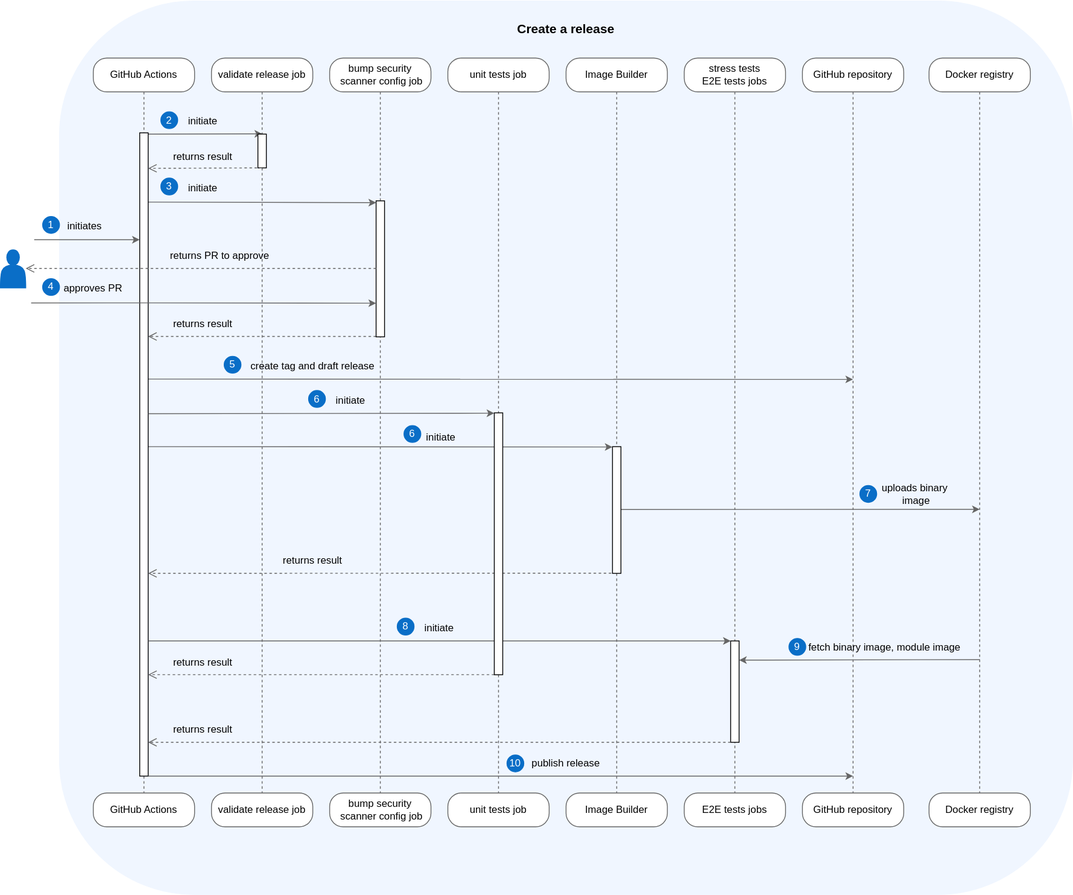
The draw.io diagram docs/assets/release-with-version-submit.drawio.svg in kyma-project/btp-manager, before a commit. Source tidied: cells renumbered, new cells last; positions are measured from the earlier drawing's top-left corner, leaving out a move shared by most shapes.
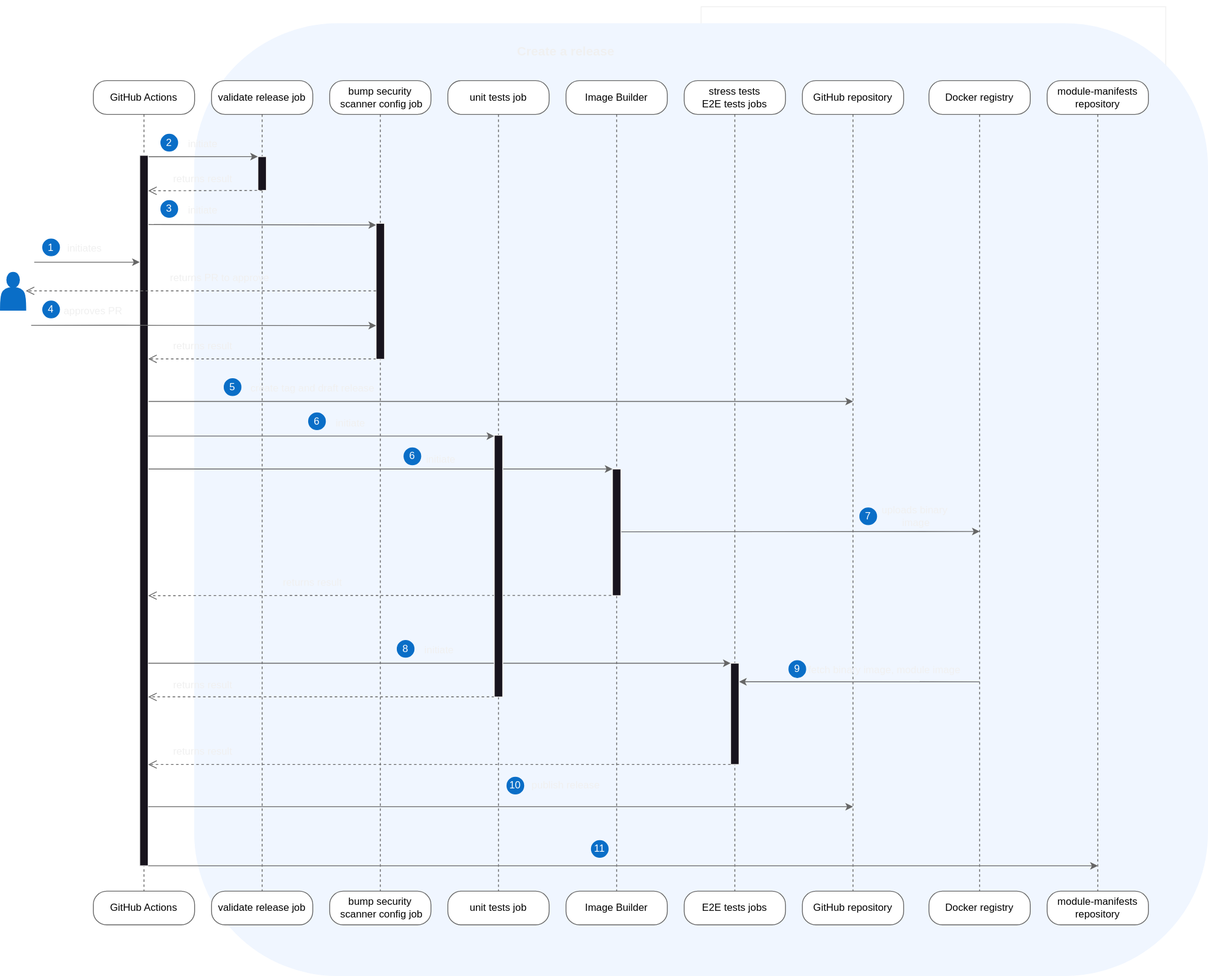
Later version of the same file.

What changed in the source:
```diff
@@ -2,8 +2,13 @@
   <root>
     <mxCell id="0" />
     <mxCell id="1" parent="0" />
+    <mxCell id="80" style="edgeStyle=orthogonalEdgeStyle;rounded=0;jettySize=auto;html=1;" parent="1" edge="1" source="2">
+      <mxGeometry relative="1" as="geometry">
+        <mxPoint x="1380" y="529.2" as="targetPoint" />
+      </mxGeometry>
+    </mxCell>
     <mxCell id="2" style="rounded=1;whiteSpace=wrap;html=1;fillColor=#f0f6ff;strokeColor=#f0f6ff;verticalAlign=bottom;" parent="1" vertex="1">
-      <mxGeometry x="70" y="0.5" width="1200" height="1057.5" as="geometry" />
+      <mxGeometry x="230" y="0.5" width="1200" height="1127.5" as="geometry" />
     </mxCell>
     <mxCell id="3" style="edgeStyle=orthogonalEdgeStyle;html=1;verticalAlign=bottom;endArrow=none;endSize=8;strokeColor=#666666;rounded=1;endFill=0;dashed=1;entryX=0.5;entryY=0;entryDx=0;entryDy=0;" parent="1" edge="1" source="7" target="8">
       <mxGeometry relative="1" as="geometry" />
@@ -15,19 +20,19 @@
       <mxGeometry x="110" y="68" width="120" height="40" as="geometry" />
     </mxCell>
     <mxCell id="6" value="GitHub Actions" style="rounded=1;whiteSpace=wrap;html=1;arcSize=40;fontColor=#000000;fillColor=#FFFFFF;strokeColor=#666666;" parent="1" vertex="1">
-      <mxGeometry x="110" y="938" width="120" height="40" as="geometry" />
+      <mxGeometry x="110" y="1028" width="120" height="40" as="geometry" />
     </mxCell>
     <mxCell id="7" value="unit tests job" style="rounded=1;whiteSpace=wrap;html=1;arcSize=40;fontColor=#000000;fillColor=#FFFFFF;strokeColor=#666666;" parent="1" vertex="1">
       <mxGeometry x="530" y="68" width="120" height="40" as="geometry" />
     </mxCell>
     <mxCell id="8" value="unit tests job" style="rounded=1;whiteSpace=wrap;html=1;arcSize=40;fontColor=#000000;fillColor=#FFFFFF;strokeColor=#666666;" parent="1" vertex="1">
-      <mxGeometry x="530" y="938" width="120" height="40" as="geometry" />
+      <mxGeometry x="530" y="1028" width="120" height="40" as="geometry" />
     </mxCell>
     <mxCell id="9" value="stress tests&lt;br&gt;E2E tests jobs" style="rounded=1;whiteSpace=wrap;html=1;arcSize=40;fontColor=#000000;fillColor=#FFFFFF;strokeColor=#666666;" parent="1" vertex="1">
       <mxGeometry x="810" y="68" width="120" height="40" as="geometry" />
     </mxCell>
     <mxCell id="10" value="E2E tests jobs" style="rounded=1;whiteSpace=wrap;html=1;arcSize=40;fontColor=#000000;fillColor=#FFFFFF;strokeColor=#666666;" parent="1" vertex="1">
-      <mxGeometry x="810" y="938" width="120" height="40" as="geometry" />
+      <mxGeometry x="810" y="1028" width="120" height="40" as="geometry" />
     </mxCell>
     <mxCell id="11" value="GitHub repository" style="rounded=1;whiteSpace=wrap;html=1;arcSize=40;fontColor=#000000;fillColor=#FFFFFF;strokeColor=#666666;" parent="1" vertex="1">
       <mxGeometry x="950" y="68" width="120" height="40" as="geometry" />
@@ -36,7 +41,7 @@
       <mxGeometry relative="1" as="geometry" />
     </mxCell>
     <mxCell id="13" value="GitHub repository" style="rounded=1;whiteSpace=wrap;html=1;arcSize=40;fontColor=#000000;fillColor=#FFFFFF;strokeColor=#666666;" parent="1" vertex="1">
-      <mxGeometry x="950" y="938" width="120" height="40" as="geometry" />
+      <mxGeometry x="950" y="1028" width="120" height="40" as="geometry" />
     </mxCell>
     <mxCell id="14" value="Image Builder" style="rounded=1;whiteSpace=wrap;html=1;arcSize=40;fontColor=#000000;fillColor=#FFFFFF;strokeColor=#666666;" parent="1" vertex="1">
       <mxGeometry x="670" y="68" width="120" height="40" as="geometry" />
@@ -45,13 +50,13 @@
       <mxGeometry relative="1" as="geometry" />
     </mxCell>
     <mxCell id="16" value="Image Builder" style="rounded=1;whiteSpace=wrap;html=1;arcSize=40;fontColor=#000000;fillColor=#FFFFFF;strokeColor=#666666;" parent="1" vertex="1">
-      <mxGeometry x="670" y="938" width="120" height="40" as="geometry" />
+      <mxGeometry x="670" y="1028" width="120" height="40" as="geometry" />
     </mxCell>
     <mxCell id="17" value="Docker registry" style="rounded=1;whiteSpace=wrap;html=1;arcSize=40;fontColor=#000000;fillColor=#FFFFFF;strokeColor=#666666;" parent="1" vertex="1">
       <mxGeometry x="1100" y="68" width="120" height="40" as="geometry" />
     </mxCell>
     <mxCell id="18" value="Docker registry" style="rounded=1;whiteSpace=wrap;html=1;arcSize=40;fontColor=#000000;fillColor=#FFFFFF;strokeColor=#666666;" parent="1" vertex="1">
-      <mxGeometry x="1100" y="938" width="120" height="40" as="geometry" />
+      <mxGeometry x="1100" y="1028" width="120" height="40" as="geometry" />
     </mxCell>
     <mxCell id="19" style="edgeStyle=elbowEdgeStyle;rounded=1;jettySize=auto;html=1;elbow=vertical;strokeColor=#666666;" parent="1" edge="1" target="41">
       <mxGeometry relative="1" as="geometry">
@@ -150,7 +155,7 @@
       <mxGeometry relative="1" as="geometry" />
     </mxCell>
     <mxCell id="43" style="html=1;points=[];perimeter=orthogonalPerimeter;outlineConnect=0;targetShapes=umlLifeline;portConstraint=eastwest;newEdgeStyle={&quot;edgeStyle&quot;:&quot;elbowEdgeStyle&quot;,&quot;elbow&quot;:&quot;vertical&quot;,&quot;curved&quot;:0,&quot;rounded&quot;:0};" parent="1" vertex="1">
-      <mxGeometry x="165" y="156.5" width="10" height="761.5" as="geometry" />
+      <mxGeometry x="165" y="156.5" width="10" height="841.5" as="geometry" />
     </mxCell>
     <mxCell id="44" value="initiate" style="text;html=1;strokeColor=none;fillColor=none;align=center;verticalAlign=middle;whiteSpace=wrap;rounded=0;" parent="1" vertex="1">
       <mxGeometry x="210" y="128" width="60" height="30" as="geometry" />
@@ -272,11 +277,12 @@
     <mxCell id="71" value="returns result" style="text;html=1;strokeColor=none;fillColor=none;align=center;verticalAlign=middle;whiteSpace=wrap;rounded=0;" parent="1" vertex="1">
       <mxGeometry x="200" y="848" width="80" height="30" as="geometry" />
     </mxCell>
-    <mxCell id="72" style="edgeStyle=elbowEdgeStyle;rounded=1;jettySize=auto;html=1;elbow=vertical;strokeColor=#666666;" parent="1" edge="1" source="43">
+    <mxCell id="72" style="edgeStyle=elbowEdgeStyle;rounded=1;orthogonalLoop=1;jettySize=auto;html=1;elbow=vertical;strokeColor=#666666;" parent="1" edge="1">
       <mxGeometry relative="1" as="geometry">
-        <mxPoint x="1010" y="918" as="targetPoint" />
+        <mxPoint x="175" y="928" as="sourcePoint" />
+        <mxPoint x="1010" y="928" as="targetPoint" />
         <Array as="points">
-          <mxPoint x="280" y="918" />
+          <mxPoint x="280" y="928" />
         </Array>
       </mxGeometry>
     </mxCell>
@@ -287,10 +293,10 @@
       <mxGeometry x="600" y="893" width="20" height="20" as="geometry" />
     </mxCell>
     <mxCell id="75" value="bump&amp;nbsp;security&lt;br&gt;&amp;nbsp;scanner config job" style="rounded=1;whiteSpace=wrap;html=1;arcSize=40;fontColor=#000000;fillColor=#FFFFFF;strokeColor=#666666;" parent="1" vertex="1">
-      <mxGeometry x="390" y="938" width="120" height="40" as="geometry" />
+      <mxGeometry x="390" y="1028" width="120" height="40" as="geometry" />
     </mxCell>
     <mxCell id="76" value="validate release job" style="rounded=1;whiteSpace=wrap;html=1;arcSize=40;fontColor=#000000;fillColor=#FFFFFF;strokeColor=#666666;" parent="1" vertex="1">
-      <mxGeometry x="250" y="938" width="120" height="40" as="geometry" />
+      <mxGeometry x="250" y="1028" width="120" height="40" as="geometry" />
     </mxCell>
     <mxCell id="77" style="html=1;verticalAlign=bottom;endArrow=open;endSize=8;edgeStyle=elbowEdgeStyle;elbow=horizontal;rounded=1;dashed=1;strokeColor=#666666;exitX=-0.14;exitY=0.998;exitDx=0;exitDy=0;exitPerimeter=0;" parent="1" edge="1">
       <mxGeometry relative="1" as="geometry">
@@ -307,5 +313,31 @@
     <mxCell id="79" style="html=1;perimeter=orthogonalPerimeter;targetShapes=umlLifeline;newEdgeStyle={&quot;edgeStyle&quot;:&quot;elbowEdgeStyle&quot;,&quot;elbow&quot;:&quot;vertical&quot;,&quot;curved&quot;:0,&quot;rounded&quot;:0};" parent="1" vertex="1">
       <mxGeometry x="585" y="488" width="10" height="310" as="geometry" />
     </mxCell>
+    <mxCell id="81" value="module-manifests repository" style="rounded=1;whiteSpace=wrap;html=1;arcSize=40;fontColor=#000000;fillColor=#FFFFFF;strokeColor=#666666;" parent="1" vertex="1">
+      <mxGeometry x="1240" y="68" width="120" height="40" as="geometry" />
+    </mxCell>
+    <mxCell id="82" value="module-manifests repository" style="rounded=1;whiteSpace=wrap;html=1;arcSize=40;fontColor=#000000;fillColor=#FFFFFF;strokeColor=#666666;" parent="1" vertex="1">
+      <mxGeometry x="1240" y="1028" width="120" height="40" as="geometry" />
+    </mxCell>
+    <mxCell id="83" style="edgeStyle=orthogonalEdgeStyle;html=1;verticalAlign=bottom;endArrow=none;endSize=8;strokeColor=#666666;rounded=1;entryDx=0;entryDy=0;endFill=0;dashed=1;entryX=0.5;entryY=0;exitX=0.5;exitY=1;exitDx=0;exitDy=0;" parent="1" edge="1" source="81" target="82">
+      <mxGeometry relative="1" as="geometry" />
+    </mxCell>
+    <mxCell id="84" style="endArrow=classic;html=1;rounded=0;" parent="1" edge="1" source="43">
+      <mxGeometry relative="1" as="geometry">
+        <mxPoint x="1300" y="998" as="targetPoint" />
+      </mxGeometry>
+    </mxCell>
+    <mxCell id="85" style="edgeStyle=elbowEdgeStyle;rounded=1;orthogonalLoop=1;jettySize=auto;html=1;elbow=vertical;strokeColor=#666666;" parent="1" edge="1">
+      <mxGeometry relative="1" as="geometry">
+        <mxPoint x="175" y="998" as="sourcePoint" />
+        <mxPoint x="1300" y="998" as="targetPoint" />
+        <Array as="points">
+          <mxPoint x="280" y="998" />
+        </Array>
+      </mxGeometry>
+    </mxCell>
+    <mxCell id="86" value="&lt;font color=&quot;#ffffff&quot;&gt;11&lt;/font&gt;" style="ellipse;whiteSpace=wrap;html=1;fillColor=#0a6ec7;strokeColor=#0a6ec7;" parent="1" vertex="1">
+      <mxGeometry x="700" y="968" width="20" height="20" as="geometry" />
+    </mxCell>
   </root>
 </mxGraphModel>
```
